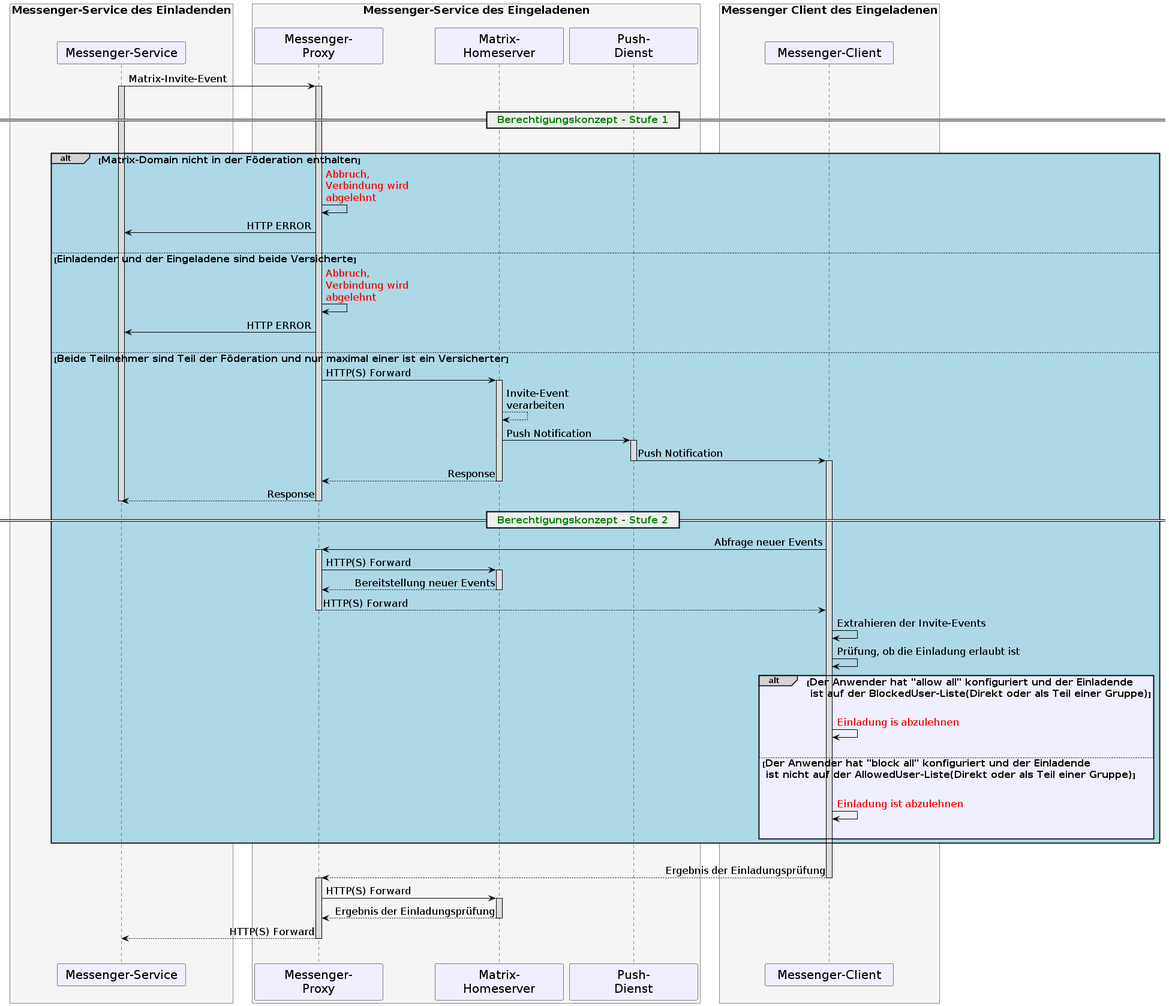
Before: images/diagrams/TI-Messenger-Dienst/Ressourcen/UC_Approvel_List_Seq_fdv.png, a diagram exported from PlantUML (gematik/api-ti-messenger). Its diagram source:
```plantuml
@startuml
skinparam sequenceMessageAlign direction
skinparam minClassWidth 200
skinparam BoxPadding 15
skinparam sequenceReferenceHeaderBackgroundColor palegreen
scale max 2048 width

skinparam sequence {
  ArrowColor black
  ArrowFontSize 17
  ActorBorderColor black
  LifeLineBorderColor black
  LifeLineBackgroundColor Gainsboro

  ParticipantBorderColor Motivation
  ParticipantBackgroundColor Motivation
  ParticipantFontName Impact
  ParticipantFontSize 20
  ParticipantFontColor black
  ParticipantBorderColor Black
  ParticipantBackgroundColor MOTIVATION

  ActorBackgroundColor Gainsboro
  ActorFontColor black
  ActorFontSize 20
  ActorFontName Aapex
}
box <size:18>Messenger-Service des Einladenden\n #WhiteSmoke
participant MS as "Messenger-Service"
end box
box <size:18>Messenger-Service des Eingeladenen\n #WhiteSmoke
participant MP2 as "Messenger-\nProxy"
participant MH2 as "Matrix-\nHomeserver"
participant PG as "Push-\nDienst"
end box
box <size:18>Messenger Client des Eingeladenen\n #WhiteSmoke
participant MC2 as "Messenger-Client"
end box
MS->MP2:Matrix-Invite-Event
activate MP2
activate MS
|||
== <font color=green><size:16>  Berechtigungskonzept - Stufe 1</size></font>  ==
|||
alt#LightGrey #LightBlue <size:16>Matrix-Domain nicht in der Föderation enthalten</size>
  MP2->MP2:<font color=red>Abbruch, \n<font color=red>Verbindung wird \n<font color=red>abgelehnt</font>
  MP2->MS: HTTP ERROR
  |||

else  <size:16>Einladender und der Eingeladene sind beide Versicherte</size>
  MP2->MP2:<font color=red>Abbruch, \n<font color=red>Verbindung wird \n<font color=red>abgelehnt</font>
  MP2->MS: HTTP ERROR
  |||

else  <size:16>Beide Teilnehmer sind Teil der Föderation und nur maximal einer ist ein Versicherter</size>
  MP2->MH2: HTTP(S) Forward
  activate MH2
  MH2-->MH2: Invite-Event \nverarbeiten
  MH2->PG++: Push Notification
  PG->MC2--: Push Notification
  activate MC2
  MH2-->MP2: Response
  deactivate MH2
  MP2-->MS: Response
  deactivate MP2
  deactivate MS

== <font color=green><size:16>  Berechtigungskonzept - Stufe 2</size></font>  ==
  MC2->MP2: Abfrage neuer Events
  activate MP2
  MP2->MH2: HTTP(S) Forward
  activate MH2
  MH2-->MP2: Bereitstellung neuer Events
  deactivate MH2
  MP2-->MC2: HTTP(S) Forward
  deactivate MP2

  MC2->MC2: Extrahieren der Invite-Events
  MC2->MC2: Prüfung, ob die Einladung erlaubt ist

  alt#LightGrey #MOTIVATION <size:16>Der Anwender hat "allow all" konfiguriert und der Einladende\n<size:16> ist auf der BlockedUser-Liste(Direkt oder als Teil einer Gruppe)</size>
    |||
    MC2->MC2:<font color=red>Einladung is abzulehnen</font>
    |||
  else <size:16>Der Anwender hat "block all" konfiguriert und der Einladende\n<size:16> ist nicht auf der AllowedUser-Liste(Direkt oder als Teil einer Gruppe)</size>
    |||
    MC2->MC2:<font color=red>Einladung ist abzulehnen</font>
    |||
  end
end

|||
MC2-->MP2: Ergebnis der Einladungsprüfung
deactivate MC2
activate MP2
MP2->MH2: HTTP(S) Forward
activate MH2
MH2-->MP2: Ergebnis der Einladungsprüfung
deactivate MH2
MP2-->MS: HTTP(S) Forward
deactivate MP2
|||
@enduml
```
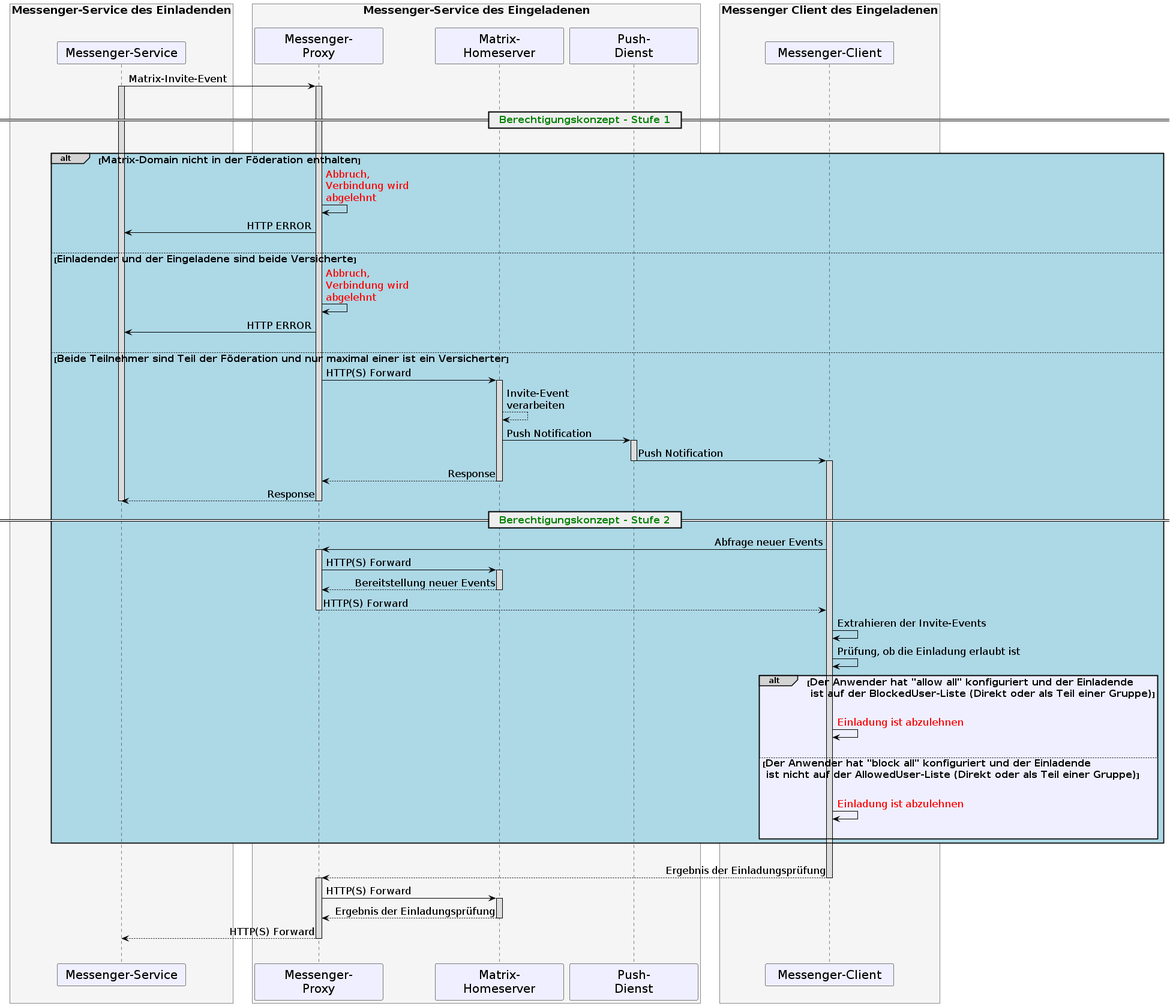
After the commit.

The edit, as a diff of the source:
```diff
@@ -78,11 +78,11 @@
   MC2->MC2: Extrahieren der Invite-Events
   MC2->MC2: Prüfung, ob die Einladung erlaubt ist
 
-  alt#LightGrey #MOTIVATION <size:16>Der Anwender hat "allow all" konfiguriert und der Einladende\n<size:16> ist auf der BlockedUser-Liste(Direkt oder als Teil einer Gruppe)</size>
+  alt#LightGrey #MOTIVATION <size:16>Der Anwender hat "allow all" konfiguriert und der Einladende\n<size:16> ist auf der BlockedUser-Liste (Direkt oder als Teil einer Gruppe)</size>
     |||
-    MC2->MC2:<font color=red>Einladung is abzulehnen</font>
+    MC2->MC2:<font color=red>Einladung ist abzulehnen</font>
     |||
-  else <size:16>Der Anwender hat "block all" konfiguriert und der Einladende\n<size:16> ist nicht auf der AllowedUser-Liste(Direkt oder als Teil einer Gruppe)</size>
+  else <size:16>Der Anwender hat "block all" konfiguriert und der Einladende\n<size:16> ist nicht auf der AllowedUser-Liste (Direkt oder als Teil einer Gruppe)</size>
     |||
     MC2->MC2:<font color=red>Einladung ist abzulehnen</font>
     |||
```
